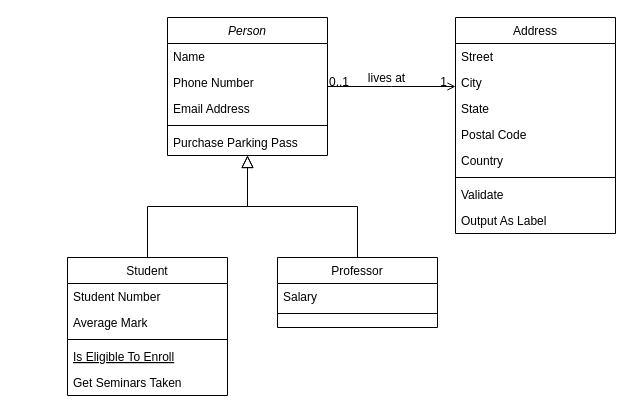
Before: Untitled Diagram.drawio in aziubin/app.diagrams.net, a draw.io diagram. Source tidied: cells renumbered, new cells numbered last; positions are measured from the earlier drawing's top-left corner, leaving out a move shared by most shapes. Both pictures are drawn from the tidied source at 100%, with x=0, y=0 at pixel (67, 17).
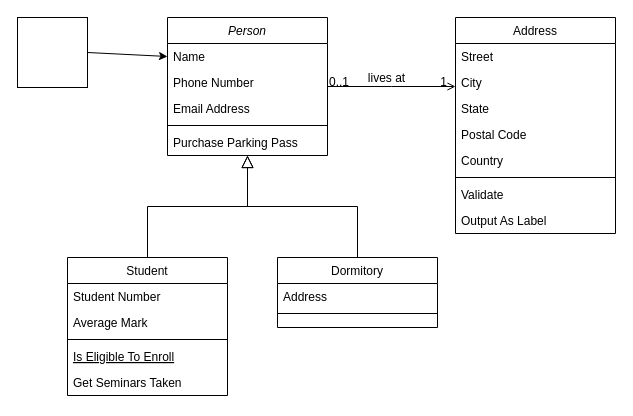
The same page after the edit.

Unchanged cells that the change refers to:
```xml
<mxCell id="3" value="Name" style="text;align=left;verticalAlign=top;spacingLeft=4;spacingRight=4;overflow=hidden;points=[[0,0.5],[1,0.5]];portConstraint=eastwest;" parent="2" vertex="1">
  <mxGeometry y="26" width="160" height="26" as="geometry" />
</mxCell>
```

What changed in the source:
```diff
@@
-    <mxCell id="15" value="Professor" style="swimlane;fontStyle=0;align=center;verticalAlign=top;horizontal=1;startSize=26;rounded=0;shadow=0;strokeWidth=1;" parent="1" vertex="1">
+    <mxCell id="15" value="Dormitory" style="swimlane;fontStyle=0;align=center;verticalAlign=top;horizontal=1;startSize=26;rounded=0;shadow=0;strokeWidth=1;" parent="1" vertex="1">
       <mxGeometry x="210" y="240" width="160" height="70" as="geometry" />
     </mxCell>
-    <mxCell id="16" value="Salary" style="text;align=left;verticalAlign=top;spacingLeft=4;spacingRight=4;overflow=hidden;" parent="15" vertex="1">
+    <mxCell id="16" value="Address" style="text;align=left;verticalAlign=top;spacingLeft=4;spacingRight=4;overflow=hidden;" parent="15" vertex="1">
       <mxGeometry y="26" width="160" height="26" as="geometry" />
     </mxCell>
@@
+    <mxCell id="32" style="whiteSpace=wrap;html=1;" parent="1" vertex="1">
+      <mxGeometry x="-50" width="70" height="70" as="geometry" />
+    </mxCell>
+    <mxCell id="33" style="endArrow=classic;html=1;rounded=0;exitX=1;exitY=0.5;exitDx=0;exitDy=0;entryX=0;entryY=0.5;entryDx=0;entryDy=0;" parent="1" edge="1" source="32" target="3">
+      <mxGeometry relative="1" as="geometry" />
+    </mxCell>
```
